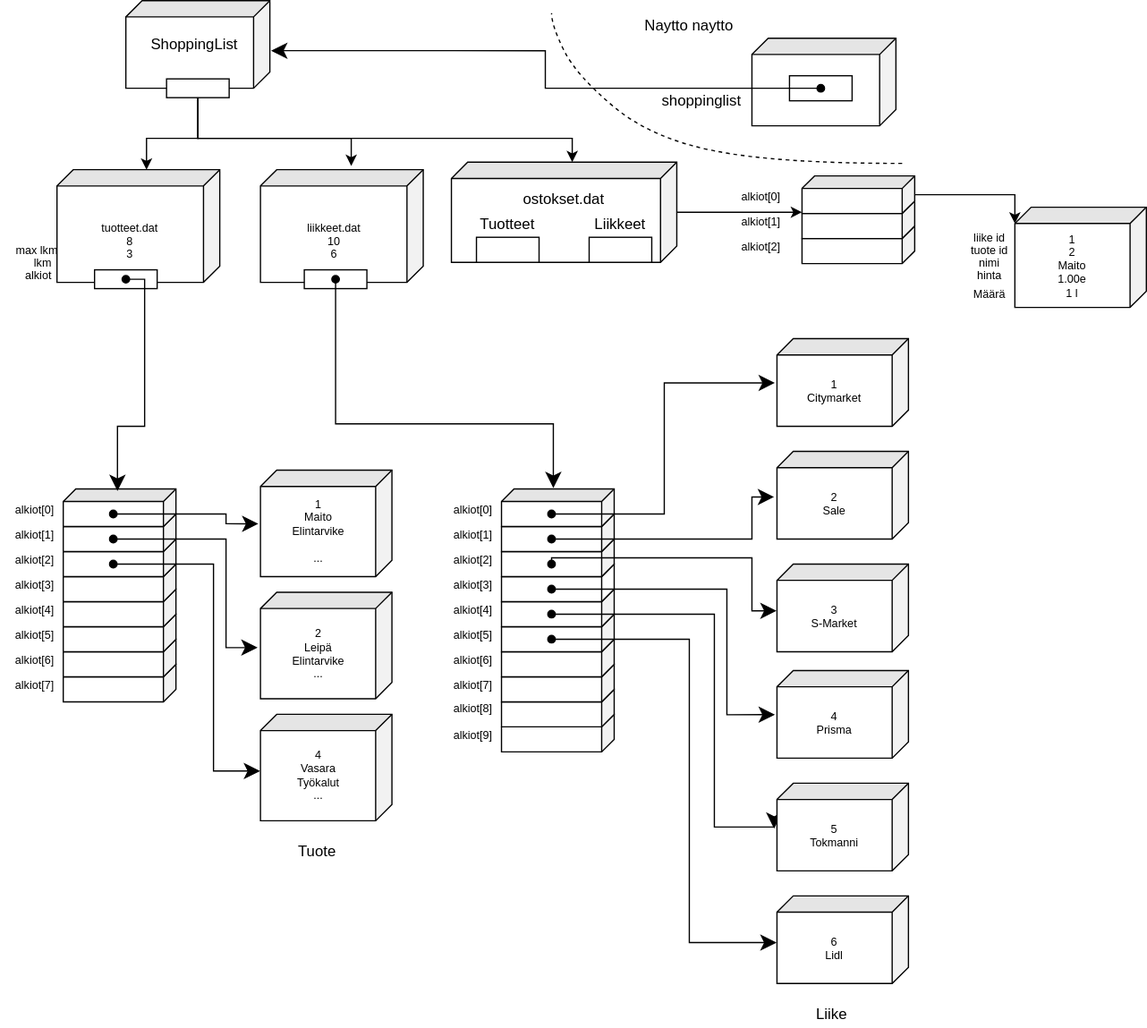
Before: kuvat/tietorakenne.svg, a diagram exported from draw.io (AkseliKankaansivu/shoppinglisst). Source tidied: cells renumbered, new cells last; positions are measured from the earlier drawing's top-left corner, leaving out a move shared by most shapes.
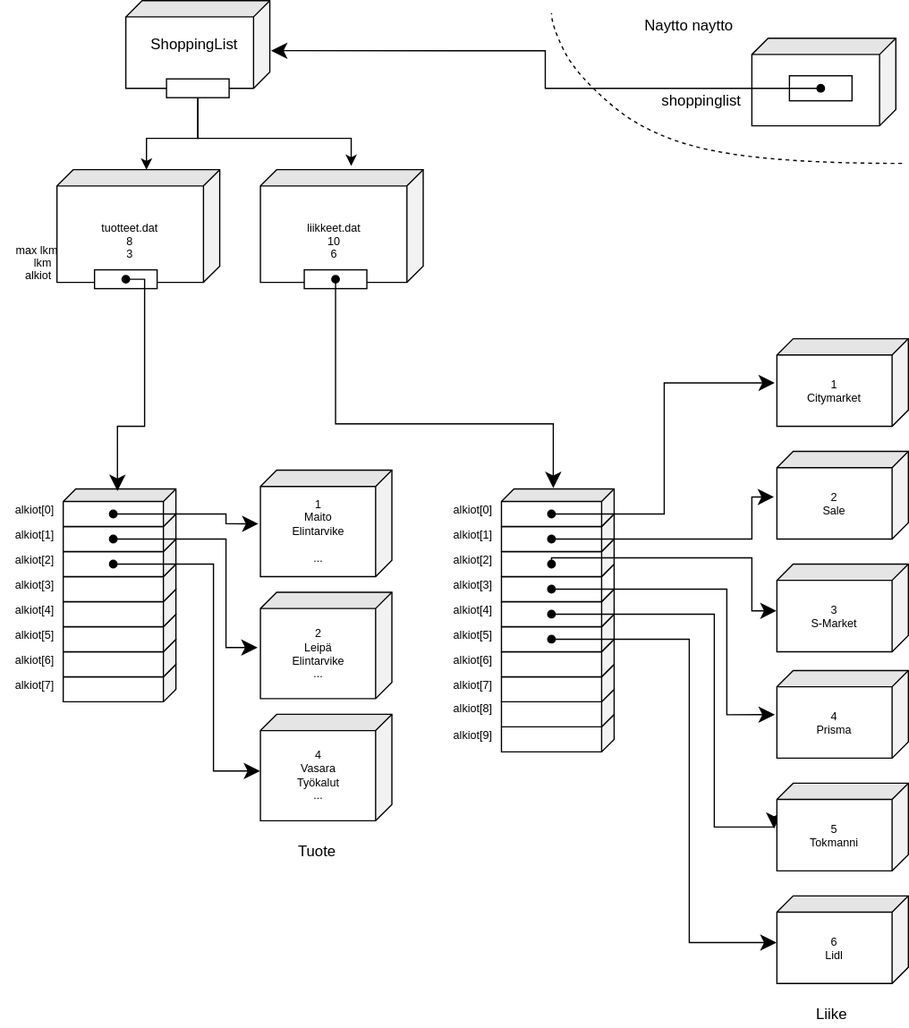
Above is the later version.

Diff of the diagram source:
```diff
@@ -47,23 +47,9 @@
     <mxCell id="16" style="shape=cube;whiteSpace=wrap;html=1;boundedLbl=1;backgroundOutline=1;darkOpacity=0.05;darkOpacity2=0.1;rounded=1;shadow=0;glass=0;comic=0;fillColor=#ffffff;gradientColor=none;fontSize=9;fontColor=#000000;align=center;noLabel=0;perimeter=rectanglePerimeter;direction=south;size=10;" parent="1" vertex="1">
       <mxGeometry x="50" y="410" width="90" height="30" as="geometry" />
     </mxCell>
-    <mxCell id="17" style="edgeStyle=orthogonalEdgeStyle;rounded=0;jettySize=auto;html=1;" parent="1" edge="1" source="18">
-      <mxGeometry relative="1" as="geometry">
-        <mxPoint x="640" y="169" as="targetPoint" />
-      </mxGeometry>
-    </mxCell>
-    <mxCell id="18" style="shape=cube;whiteSpace=wrap;html=1;boundedLbl=1;backgroundOutline=1;darkOpacity=0.05;darkOpacity2=0.1;rounded=1;shadow=0;glass=0;comic=0;fillColor=#ffffff;gradientColor=none;fontSize=9;fontColor=#000000;align=center;noLabel=0;perimeter=rectanglePerimeter;direction=south;size=13;" parent="1" vertex="1">
-      <mxGeometry x="360" y="129" width="180" height="80" as="geometry" />
-    </mxCell>
     <mxCell id="19" value="&lt;br&gt;tuotteet.dat&lt;br&gt;8&lt;br&gt;3" style="shape=cube;whiteSpace=wrap;html=1;boundedLbl=1;backgroundOutline=1;darkOpacity=0.05;darkOpacity2=0.1;rounded=1;shadow=0;glass=0;comic=0;fillColor=#ffffff;gradientColor=none;fontSize=9;fontColor=#000000;align=center;noLabel=0;perimeter=rectanglePerimeter;direction=south;size=13;" parent="1" vertex="1">
       <mxGeometry x="45" y="135" width="130" height="90" as="geometry" />
     </mxCell>
-    <mxCell id="20" style="rounded=0;whiteSpace=wrap;html=1;" parent="1" vertex="1">
-      <mxGeometry x="380" y="189" width="50" height="20" as="geometry" />
-    </mxCell>
-    <mxCell id="21" style="rounded=0;whiteSpace=wrap;html=1;" parent="1" vertex="1">
-      <mxGeometry x="470" y="189" width="50" height="20" as="geometry" />
-    </mxCell>
     <mxCell id="22" value="&lt;br&gt;liikkeet.dat&lt;br&gt;10&lt;br&gt;6" style="shape=cube;whiteSpace=wrap;html=1;boundedLbl=1;backgroundOutline=1;darkOpacity=0.05;darkOpacity2=0.1;rounded=1;shadow=0;glass=0;comic=0;fillColor=#ffffff;gradientColor=none;fontSize=9;fontColor=#000000;align=center;noLabel=0;perimeter=rectanglePerimeter;direction=south;size=13;" parent="1" vertex="1">
       <mxGeometry x="207.5" y="135" width="130" height="90" as="geometry" />
     </mxCell>
@@ -240,12 +226,6 @@
     <mxCell id="67" value="shoppinglist" style="text;html=1;strokeColor=none;fillColor=none;align=center;verticalAlign=middle;whiteSpace=wrap;rounded=0;" parent="1" vertex="1">
       <mxGeometry x="540" y="70" width="40" height="20" as="geometry" />
     </mxCell>
-    <mxCell id="68" value="Tuotteet" style="text;html=1;strokeColor=none;fillColor=none;align=center;verticalAlign=middle;whiteSpace=wrap;rounded=0;" parent="1" vertex="1">
-      <mxGeometry x="385" y="169" width="40" height="20" as="geometry" />
-    </mxCell>
-    <mxCell id="69" value="Liikkeet" style="text;html=1;strokeColor=none;fillColor=none;align=center;verticalAlign=middle;whiteSpace=wrap;rounded=0;" parent="1" vertex="1">
-      <mxGeometry x="460" y="169" width="70" height="20" as="geometry" />
-    </mxCell>
     <mxCell id="70" style="edgeStyle=orthogonalEdgeStyle;rounded=0;html=1;entryX=0.52;entryY=1.022;entryDx=0;entryDy=0;entryPerimeter=0;startArrow=oval;startFill=1;endSize=10;jettySize=auto;fontSize=10;exitX=0.667;exitY=0.556;exitDx=0;exitDy=0;exitPerimeter=0;" parent="1" edge="1" source="43" target="72">
       <mxGeometry relative="1" as="geometry">
         <Array as="points">
@@ -305,11 +285,11 @@
         </Array>
       </mxGeometry>
     </mxCell>
-    <mxCell id="79" value="ostokset.dat" style="text;html=1;strokeColor=none;fillColor=none;align=center;verticalAlign=middle;whiteSpace=wrap;rounded=0;" parent="1" vertex="1">
-      <mxGeometry x="430" y="149" width="40" height="20" as="geometry" />
-    </mxCell>
-    <mxCell id="80" style="edgeStyle=orthogonalEdgeStyle;rounded=0;orthogonalLoop=1;jettySize=auto;html=1;exitX=0.5;exitY=1;exitDx=0;exitDy=0;" parent="1" edge="1" source="20" target="20">
-      <mxGeometry relative="1" as="geometry" />
+    <mxCell id="80" style="edgeStyle=orthogonalEdgeStyle;rounded=0;orthogonalLoop=1;jettySize=auto;html=1;exitX=0.5;exitY=1;exitDx=0;exitDy=0;" parent="1" edge="1">
+      <mxGeometry relative="1" as="geometry">
+        <mxPoint x="405" y="209" as="sourcePoint" />
+        <mxPoint x="405" y="209" as="targetPoint" />
+      </mxGeometry>
     </mxCell>
     <mxCell id="81" style="shape=cube;whiteSpace=wrap;html=1;boundedLbl=1;backgroundOutline=1;darkOpacity=0.05;darkOpacity2=0.1;rounded=1;shadow=0;glass=0;comic=0;fillColor=#ffffff;gradientColor=none;fontSize=9;fontColor=#000000;align=center;noLabel=0;perimeter=rectanglePerimeter;direction=south;size=13;" parent="1" vertex="1">
       <mxGeometry x="100" width="115" height="70" as="geometry" />
@@ -317,14 +297,6 @@
     <mxCell id="82" value="ShoppingList" style="text;html=1;strokeColor=none;fillColor=none;align=center;verticalAlign=middle;whiteSpace=wrap;rounded=0;" parent="1" vertex="1">
       <mxGeometry x="135" y="25" width="40" height="20" as="geometry" />
     </mxCell>
-    <mxCell id="83" style="edgeStyle=orthogonalEdgeStyle;rounded=0;jettySize=auto;html=1;exitX=0.5;exitY=1;exitDx=0;exitDy=0;entryX=0;entryY=0;entryDx=0;entryDy=83.5;entryPerimeter=0;" parent="1" edge="1" source="86" target="18">
-      <mxGeometry relative="1" as="geometry">
-        <Array as="points">
-          <mxPoint x="158" y="110" />
-          <mxPoint x="457" y="110" />
-        </Array>
-      </mxGeometry>
-    </mxCell>
     <mxCell id="84" style="edgeStyle=orthogonalEdgeStyle;rounded=0;jettySize=auto;html=1;entryX=0;entryY=0;entryDx=0;entryDy=58.5;entryPerimeter=0;" parent="1" edge="1" source="86" target="19">
       <mxGeometry relative="1" as="geometry">
         <Array as="points">
@@ -345,48 +317,5 @@
     <mxCell id="86" style="rounded=0;whiteSpace=wrap;html=1;" parent="1" vertex="1">
       <mxGeometry x="132.5" y="62.5" width="50" height="15" as="geometry" />
     </mxCell>
-    <mxCell id="87" style="shape=cube;whiteSpace=wrap;html=1;boundedLbl=1;backgroundOutline=1;darkOpacity=0.05;darkOpacity2=0.1;rounded=1;shadow=0;glass=0;comic=0;fillColor=#ffffff;gradientColor=none;fontSize=9;fontColor=#000000;align=center;noLabel=0;perimeter=rectanglePerimeter;direction=south;size=10;" parent="1" vertex="1">
-      <mxGeometry x="640" y="180" width="90" height="30" as="geometry" />
-    </mxCell>
-    <mxCell id="88" style="shape=cube;whiteSpace=wrap;html=1;boundedLbl=1;backgroundOutline=1;darkOpacity=0.05;darkOpacity2=0.1;rounded=1;shadow=0;glass=0;comic=0;fillColor=#ffffff;gradientColor=none;fontSize=9;fontColor=#000000;align=center;noLabel=0;perimeter=rectanglePerimeter;direction=south;size=10;" parent="1" vertex="1">
-      <mxGeometry x="640" y="160" width="90" height="30" as="geometry" />
-    </mxCell>
-    <mxCell id="89" style="edgeStyle=orthogonalEdgeStyle;rounded=0;jettySize=auto;html=1;entryX=0;entryY=0;entryDx=13;entryDy=105;entryPerimeter=0;" parent="1" edge="1" source="90" target="94">
-      <mxGeometry relative="1" as="geometry">
-        <Array as="points">
-          <mxPoint x="810" y="155" />
-        </Array>
-      </mxGeometry>
-    </mxCell>
-    <mxCell id="90" style="shape=cube;whiteSpace=wrap;html=1;boundedLbl=1;backgroundOutline=1;darkOpacity=0.05;darkOpacity2=0.1;rounded=1;shadow=0;glass=0;comic=0;fillColor=#ffffff;gradientColor=none;fontSize=9;fontColor=#000000;align=center;noLabel=0;perimeter=rectanglePerimeter;direction=south;size=10;" parent="1" vertex="1">
-      <mxGeometry x="640" y="140" width="90" height="30" as="geometry" />
-    </mxCell>
-    <mxCell id="91" value="&lt;font style=&quot;font-size: 9px;&quot;&gt;alkiot[0]&lt;/font&gt;" style="text;html=1;strokeColor=none;fillColor=none;align=left;verticalAlign=bottom;whiteSpace=wrap;rounded=0;shadow=0;glass=1;comic=0;fontSize=9;" parent="1" vertex="1">
-      <mxGeometry x="590" y="155" width="40" height="10" as="geometry" />
-    </mxCell>
-    <mxCell id="92" value="&lt;font style=&quot;font-size: 9px;&quot;&gt;alkiot[1]&lt;/font&gt;" style="text;html=1;strokeColor=none;fillColor=none;align=left;verticalAlign=bottom;whiteSpace=wrap;rounded=0;shadow=0;glass=1;comic=0;fontSize=9;" parent="1" vertex="1">
-      <mxGeometry x="590" y="175" width="40" height="10" as="geometry" />
-    </mxCell>
-    <mxCell id="93" value="&lt;font style=&quot;font-size: 9px;&quot;&gt;alkiot[2]&lt;/font&gt;" style="text;html=1;strokeColor=none;fillColor=none;align=left;verticalAlign=bottom;whiteSpace=wrap;rounded=0;shadow=0;glass=1;comic=0;fontSize=9;" parent="1" vertex="1">
-      <mxGeometry x="590" y="195" width="40" height="10" as="geometry" />
-    </mxCell>
-    <mxCell id="94" value="&lt;div&gt;&lt;br&gt;&lt;/div&gt;&lt;div&gt;1&lt;br&gt;&lt;/div&gt;&lt;div&gt;2&lt;br&gt;&lt;/div&gt;&lt;div&gt;Maito&lt;/div&gt;&lt;div&gt;1.00e&lt;/div&gt;&lt;div&gt;1 l&lt;br&gt;&lt;/div&gt;&lt;div&gt;&lt;br&gt;&lt;/div&gt;" style="shape=cube;whiteSpace=wrap;html=1;boundedLbl=1;backgroundOutline=1;darkOpacity=0.05;darkOpacity2=0.1;rounded=1;shadow=0;glass=0;comic=0;fillColor=#ffffff;gradientColor=none;fontSize=9;fontColor=#000000;align=center;noLabel=0;perimeter=rectanglePerimeter;direction=south;size=13;" parent="1" vertex="1">
-      <mxGeometry x="810" y="165" width="105" height="80" as="geometry" />
-    </mxCell>
-    <mxCell id="95" value="&lt;font style=&quot;font-size: 9px;&quot;&gt;liike id&lt;br style=&quot;font-size: 9px;&quot;&gt;&lt;/font&gt;" style="text;html=1;strokeColor=none;fillColor=none;align=center;verticalAlign=middle;whiteSpace=wrap;rounded=0;fontSize=9;" parent="1" vertex="1">
-      <mxGeometry x="770" y="180" width="40" height="20" as="geometry" />
-    </mxCell>
-    <mxCell id="96" value="&lt;font style=&quot;font-size: 9px;&quot;&gt;tuote id&lt;br style=&quot;font-size: 9px;&quot;&gt;&lt;/font&gt;" style="text;html=1;strokeColor=none;fillColor=none;align=center;verticalAlign=middle;whiteSpace=wrap;rounded=0;fontSize=9;" parent="1" vertex="1">
-      <mxGeometry x="770" y="190" width="40" height="20" as="geometry" />
-    </mxCell>
-    <mxCell id="97" value="&lt;font style=&quot;font-size: 9px;&quot;&gt;nimi&lt;/font&gt;" style="text;html=1;strokeColor=none;fillColor=none;align=center;verticalAlign=middle;whiteSpace=wrap;rounded=0;fontSize=9;" parent="1" vertex="1">
-      <mxGeometry x="770" y="200" width="40" height="20" as="geometry" />
-    </mxCell>
-    <mxCell id="98" value="&lt;font style=&quot;font-size: 9px;&quot;&gt;hinta&lt;/font&gt;" style="text;html=1;strokeColor=none;fillColor=none;align=center;verticalAlign=middle;whiteSpace=wrap;rounded=0;fontSize=9;" parent="1" vertex="1">
-      <mxGeometry x="770" y="210" width="40" height="20" as="geometry" />
-    </mxCell>
-    <mxCell id="99" value="Määrä" style="text;html=1;strokeColor=none;fillColor=none;align=center;verticalAlign=middle;whiteSpace=wrap;rounded=0;fontSize=9;" parent="1" vertex="1">
-      <mxGeometry x="770" y="225" width="40" height="20" as="geometry" />
-    </mxCell>
   </root>
 </mxGraphModel>
```
